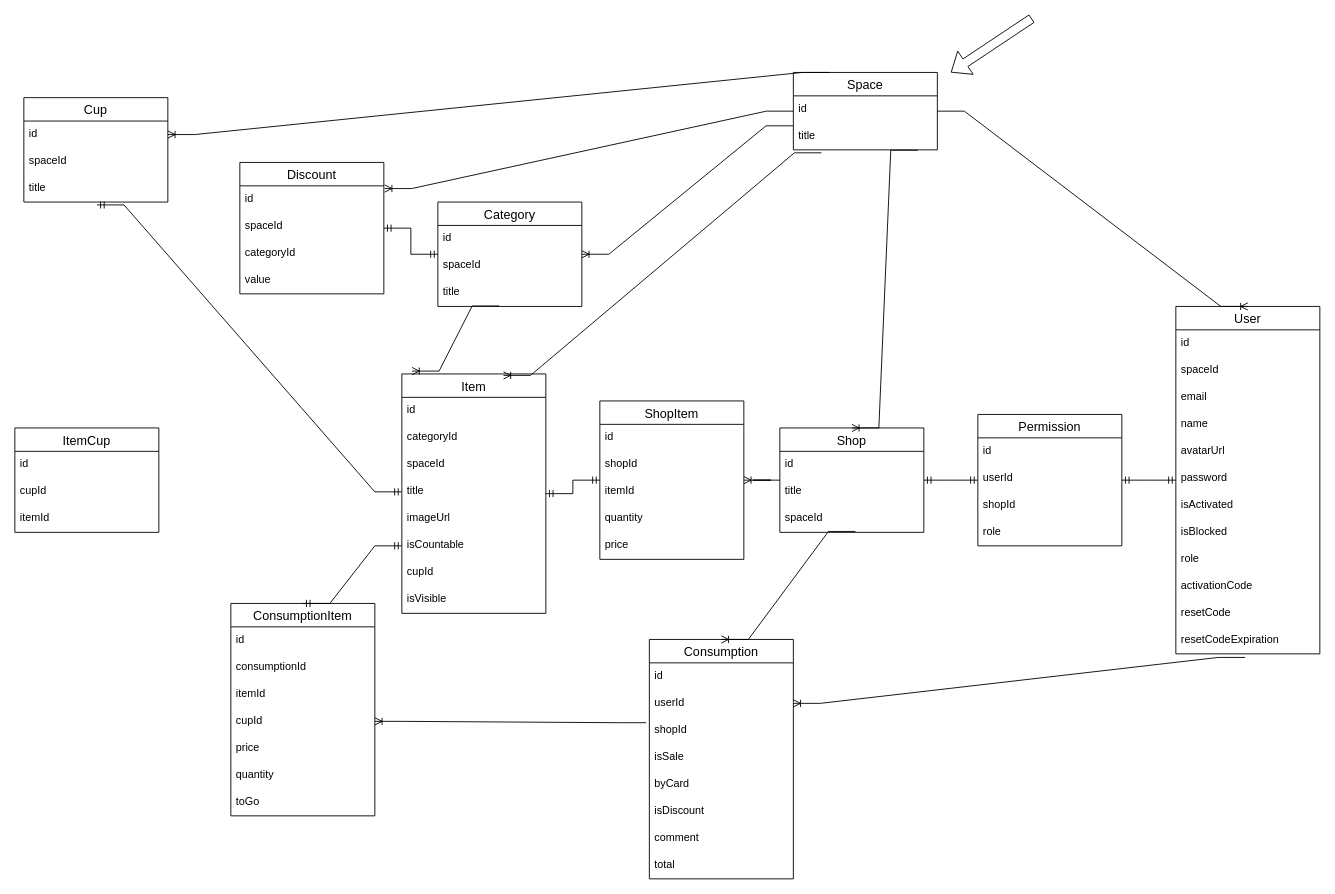
This is horeca.drawio from Nik68rus/myhoreca, a draw.io file, before an edit. Source tidied: cells renumbered, new cells numbered last; positions are measured from the earlier drawing's top-left corner, leaving out a move shared by most shapes. Both pictures are drawn from the tidied source at 90%, with x=0, y=0 at pixel (14, 18).
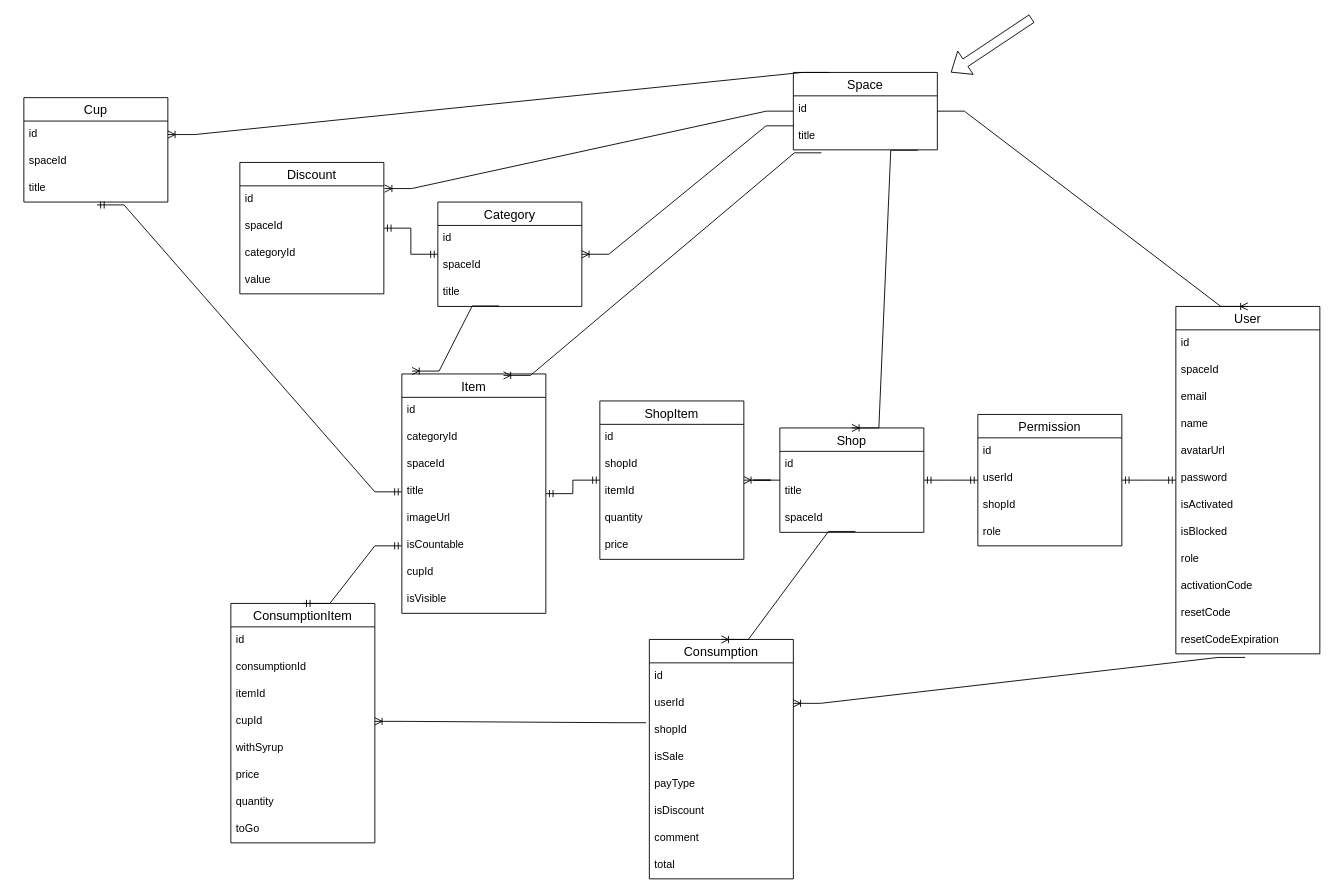
After the change.

The change refers to these unchanged cells:
```xml
<mxCell id="60" value="Consumption" style="swimlane;fontStyle=0;horizontal=1;startSize=26;align=center;fontSize=14;" parent="1" vertex="1">
  <mxGeometry x="705" y="690" width="160" height="266" as="geometry" />
</mxCell>
```

The edit, as a diff of the source:
```diff
@@
-    <mxCell id="47" value="ItemCup" style="swimlane;fontStyle=0;horizontal=1;startSize=26;align=center;fontSize=14;" parent="1" vertex="1">
-      <mxGeometry y="455" width="160" height="116" as="geometry" />
-    </mxCell>
-    <mxCell id="48" value="id" style="text;strokeColor=none;fillColor=none;spacingLeft=4;spacingRight=4;overflow=hidden;fontSize=12;" parent="47" vertex="1">
-      <mxGeometry y="26" width="160" height="30" as="geometry" />
-    </mxCell>
-    <mxCell id="49" value="cupId" style="text;strokeColor=none;fillColor=none;spacingLeft=4;spacingRight=4;overflow=hidden;fontSize=12;" parent="47" vertex="1">
-      <mxGeometry y="56" width="160" height="30" as="geometry" />
-    </mxCell>
-    <mxCell id="50" value="itemId" style="text;strokeColor=none;fillColor=none;spacingLeft=4;spacingRight=4;overflow=hidden;fontSize=12;" parent="47" vertex="1">
-      <mxGeometry y="86" width="160" height="30" as="geometry" />
-    </mxCell>
@@
     <mxCell id="52" value="ConsumptionItem" style="swimlane;fontStyle=0;horizontal=1;startSize=26;align=center;fontSize=14;" parent="1" vertex="1">
-      <mxGeometry x="240" y="650" width="160" height="236" as="geometry" />
+      <mxGeometry x="240" y="650" width="160" height="266" as="geometry" />
     </mxCell>
@@
+    <mxCell id="94" value="withSyrup" style="text;strokeColor=none;fillColor=none;spacingLeft=4;spacingRight=4;overflow=hidden;fontSize=12;" parent="52" vertex="1">
+      <mxGeometry y="146" width="160" height="30" as="geometry" />
+    </mxCell>
     <mxCell id="57" value="price" style="text;strokeColor=none;fillColor=none;spacingLeft=4;spacingRight=4;overflow=hidden;fontSize=12;" parent="52" vertex="1">
-      <mxGeometry y="146" width="160" height="30" as="geometry" />
+      <mxGeometry y="176" width="160" height="30" as="geometry" />
     </mxCell>
     <mxCell id="58" value="quantity" style="text;strokeColor=none;fillColor=none;spacingLeft=4;spacingRight=4;overflow=hidden;fontSize=12;" parent="52" vertex="1">
-      <mxGeometry y="176" width="160" height="30" as="geometry" />
+      <mxGeometry y="206" width="160" height="30" as="geometry" />
     </mxCell>
     <mxCell id="59" value="toGo" style="text;strokeColor=none;fillColor=none;spacingLeft=4;spacingRight=4;overflow=hidden;fontSize=12;" parent="52" vertex="1">
-      <mxGeometry y="206" width="160" height="30" as="geometry" />
+      <mxGeometry y="236" width="160" height="30" as="geometry" />
     </mxCell>
@@
-    <mxCell id="65" value="byCard" style="text;strokeColor=none;fillColor=none;spacingLeft=4;spacingRight=4;overflow=hidden;fontSize=12;" parent="60" vertex="1">
+    <mxCell id="65" value="payType" style="text;strokeColor=none;fillColor=none;spacingLeft=4;spacingRight=4;overflow=hidden;fontSize=12;" parent="60" vertex="1">
       <mxGeometry y="146" width="160" height="30" as="geometry" />
     </mxCell>
```
